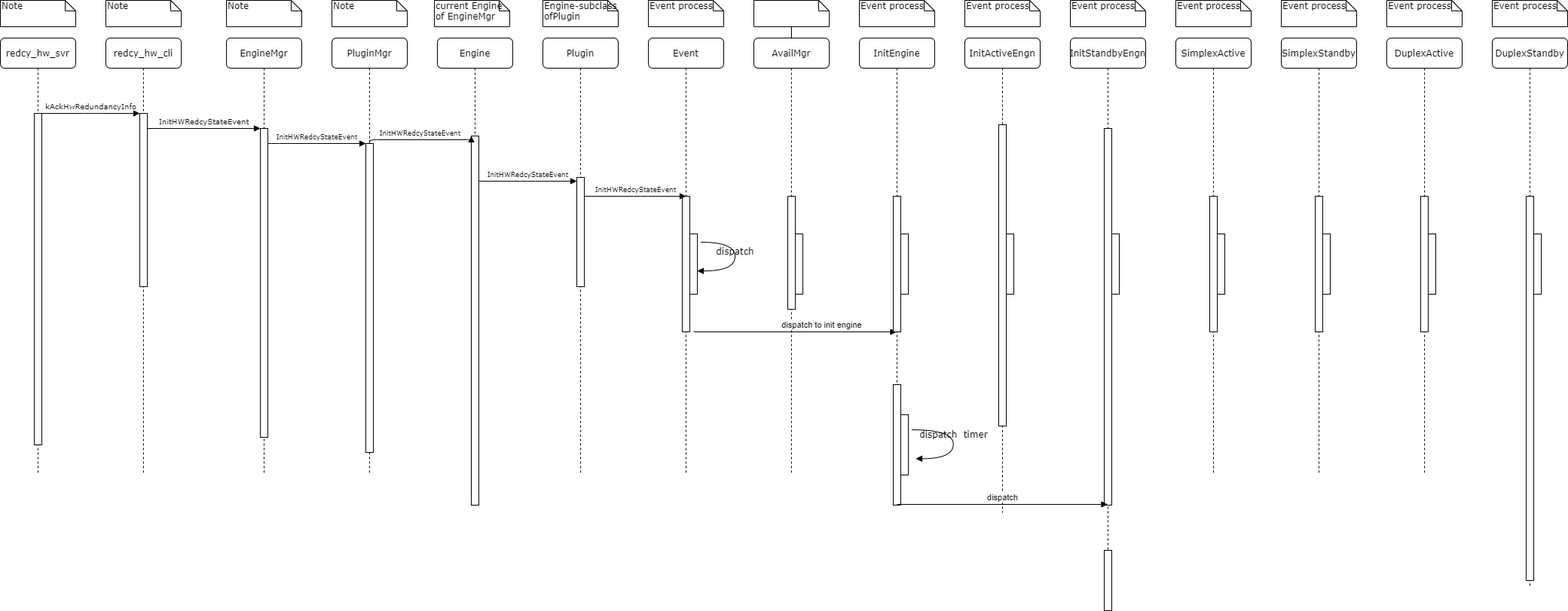
Before: UML/StartStandbyRedundancy.png, a diagram exported from draw.io (Steve888888/FN-Redundancy). Source tidied: cells renumbered, new cells last; positions are measured from the earlier drawing's top-left corner, leaving out a move shared by most shapes.
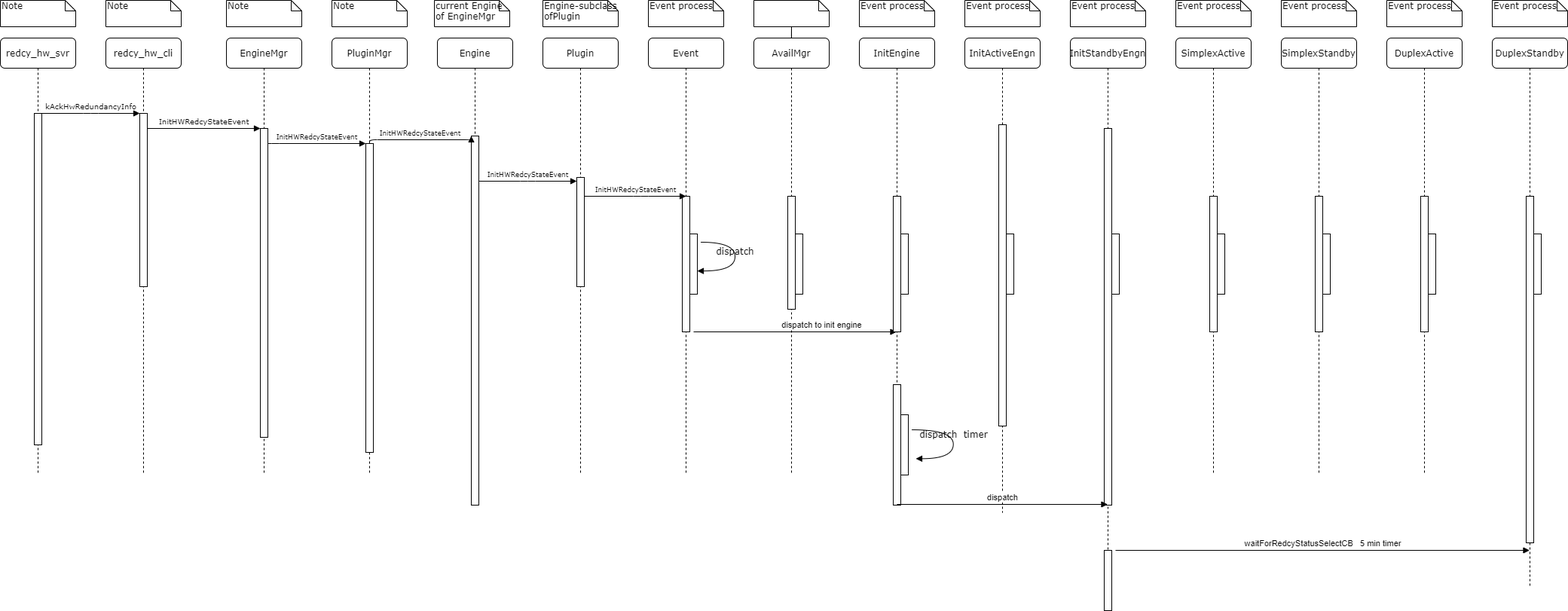
The same file after the commit.

The edit, as a diff of the source:
```diff
@@ -184,6 +184,11 @@
     <mxCell id="52" style="html=1;perimeter=orthogonalPerimeter;" parent="49" vertex="1">
       <mxGeometry x="45" y="680" width="10" height="80" as="geometry" />
     </mxCell>
+    <mxCell id="70" value="waitForRedcyStatusSelectCB&amp;nbsp; &amp;nbsp;5 min timer" style="html=1;verticalAlign=bottom;endArrow=block;" parent="49" edge="1" target="66">
+      <mxGeometry relative="1" as="geometry">
+        <mxPoint x="60" y="680" as="sourcePoint" />
+      </mxGeometry>
+    </mxCell>
     <mxCell id="53" value="Event process" style="shape=note;whiteSpace=wrap;html=1;size=14;verticalAlign=top;align=left;spacingTop=-6;rounded=0;shadow=0;comic=0;labelBackgroundColor=none;strokeWidth=1;fontFamily=Verdana;fontSize=12;" parent="1" vertex="1">
       <mxGeometry x="1560" width="100" height="35" as="geometry" />
     </mxCell>
@@ -227,7 +232,7 @@
       <mxGeometry x="1980" y="50" width="100" height="730" as="geometry" />
     </mxCell>
     <mxCell id="67" style="html=1;perimeter=orthogonalPerimeter;rounded=0;shadow=0;comic=0;labelBackgroundColor=none;strokeColor=#000000;strokeWidth=1;fillColor=#FFFFFF;fontFamily=Verdana;fontSize=12;fontColor=#000000;align=center;" parent="66" vertex="1">
-      <mxGeometry x="45" y="210" width="10" height="510" as="geometry" />
+      <mxGeometry x="45" y="210" width="10" height="460" as="geometry" />
     </mxCell>
     <mxCell id="68" style="html=1;perimeter=orthogonalPerimeter;" parent="66" vertex="1">
       <mxGeometry x="55" y="260" width="10" height="80" as="geometry" />
```
